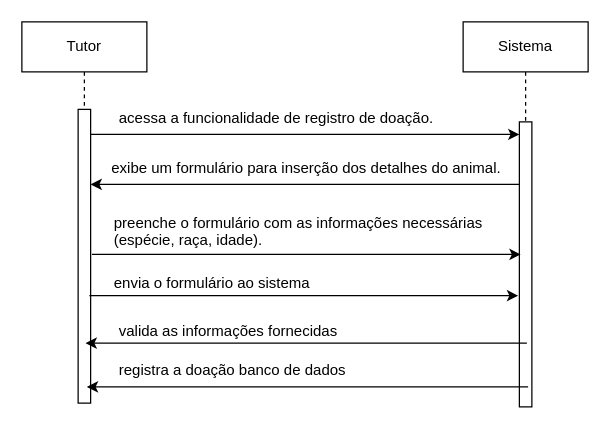
Earlier version of the draw.io diagram Diagrama de Sequência(RF003).drawio (JoaoGans/DRAW.tcc). Source tidied: cells renumbered, new cells numbered last; positions are measured from the earlier drawing's top-left corner, leaving out a move shared by most shapes. Both pictures are drawn from the tidied source at 125%, with x=0, y=0 at pixel (21, 21).
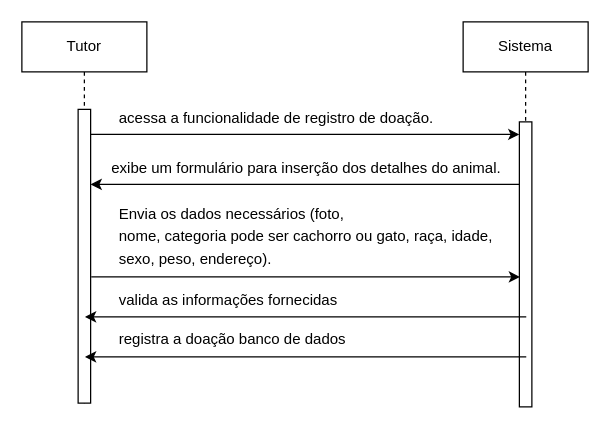
Above is the later version.

What changed in the source:
```diff
@@
     <mxCell id="10" style="endArrow=classic;html=1;rounded=0;" parent="1" edge="1">
       <mxGeometry relative="1" as="geometry">
-        <mxPoint x="56" y="186" as="sourcePoint" />
-        <mxPoint x="399" y="186" as="targetPoint" />
+        <mxPoint x="55.5" y="204" as="sourcePoint" />
+        <mxPoint x="398.5" y="204" as="targetPoint" />
         <Array as="points">
-          <mxPoint x="211" y="186" />
+          <mxPoint x="210.5" y="204" />
         </Array>
       </mxGeometry>
     </mxCell>
-    <mxCell id="11" value="&lt;div&gt;preenche o formulário com as informações necessárias (espécie, raça, idade).&lt;/div&gt;&lt;div&gt;&lt;br&gt;&lt;/div&gt;" style="text;whiteSpace=wrap;html=1;" parent="1" vertex="1">
-      <mxGeometry x="72" y="147" width="302" height="40" as="geometry" />
+    <mxCell id="11" value="&lt;div&gt;&lt;font style=&quot;font-size: 12px;&quot;&gt;Envia os dados necessários (&lt;span style=&quot;line-height: 150%;&quot;&gt;foto,&lt;br&gt;nome, categoria pode ser cachorro ou gato, raça, idade, sexo, peso, endereço&lt;/span&gt;).&lt;/font&gt;&lt;/div&gt;&lt;div&gt;&lt;br&gt;&lt;/div&gt;" style="text;whiteSpace=wrap;html=1;" parent="1" vertex="1">
+      <mxGeometry x="76" y="138" width="302" height="40" as="geometry" />
     </mxCell>
-    <mxCell id="12" value="envia o formulário ao sistema" style="text;whiteSpace=wrap;" parent="1" vertex="1">
-      <mxGeometry x="72" y="195" width="185" height="36" as="geometry" />
-    </mxCell>
-    <mxCell id="13" style="endArrow=classic;html=1;rounded=0;" parent="1" edge="1">
-      <mxGeometry relative="1" as="geometry">
-        <mxPoint x="54" y="219" as="sourcePoint" />
-        <mxPoint x="397" y="219" as="targetPoint" />
-        <Array as="points">
-          <mxPoint x="209" y="219" />
-        </Array>
-      </mxGeometry>
-    </mxCell>
     <mxCell id="14" value="valida as informações fornecidas" style="text;whiteSpace=wrap;" parent="1" vertex="1">
-      <mxGeometry x="76" y="234" width="203" height="36" as="geometry" />
+      <mxGeometry x="76" y="209" width="203" height="36" as="geometry" />
     </mxCell>
     <mxCell id="15" style="endArrow=classic;html=1;rounded=0;" parent="1" edge="1">
       <mxGeometry relative="1" as="geometry">
-        <mxPoint x="404" y="257" as="sourcePoint" />
-        <mxPoint x="51" y="257" as="targetPoint" />
+        <mxPoint x="403.5" y="236" as="sourcePoint" />
+        <mxPoint x="50.5" y="236" as="targetPoint" />
       </mxGeometry>
     </mxCell>
     <mxCell id="16" value="registra a doação banco de dados" style="text;whiteSpace=wrap;" parent="1" vertex="1">
-      <mxGeometry x="76" y="265" width="209" height="36" as="geometry" />
+      <mxGeometry x="76" y="240" width="209" height="36" as="geometry" />
     </mxCell>
     <mxCell id="17" style="endArrow=classic;html=1;rounded=0;" parent="1" edge="1">
       <mxGeometry relative="1" as="geometry">
-        <mxPoint x="405" y="292" as="sourcePoint" />
-        <mxPoint x="52" y="292" as="targetPoint" />
+        <mxPoint x="403.5" y="268" as="sourcePoint" />
+        <mxPoint x="50.5" y="268" as="targetPoint" />
       </mxGeometry>
     </mxCell>
```
